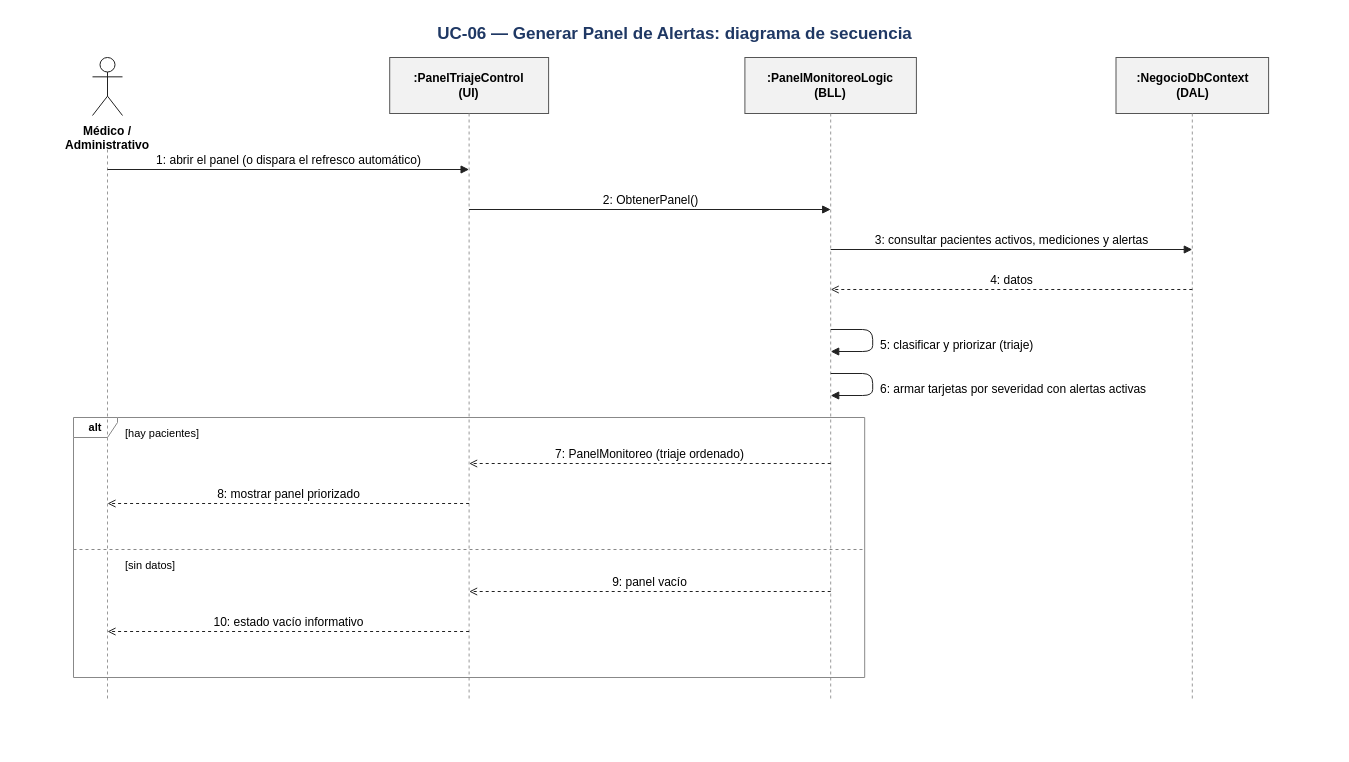
Above: Diagramas/UC-06/UC-06 - Secuencia.drawio in DanteSchlogl/OpenRIN-corregido (draw.io), before the change. Source tidied: cells renumbered, new cells numbered last; positions are measured from the earlier drawing's top-left corner, leaving out a move shared by most shapes. Both pictures are drawn from the tidied source at 100%, with x=0, y=0 at pixel (17, 17).
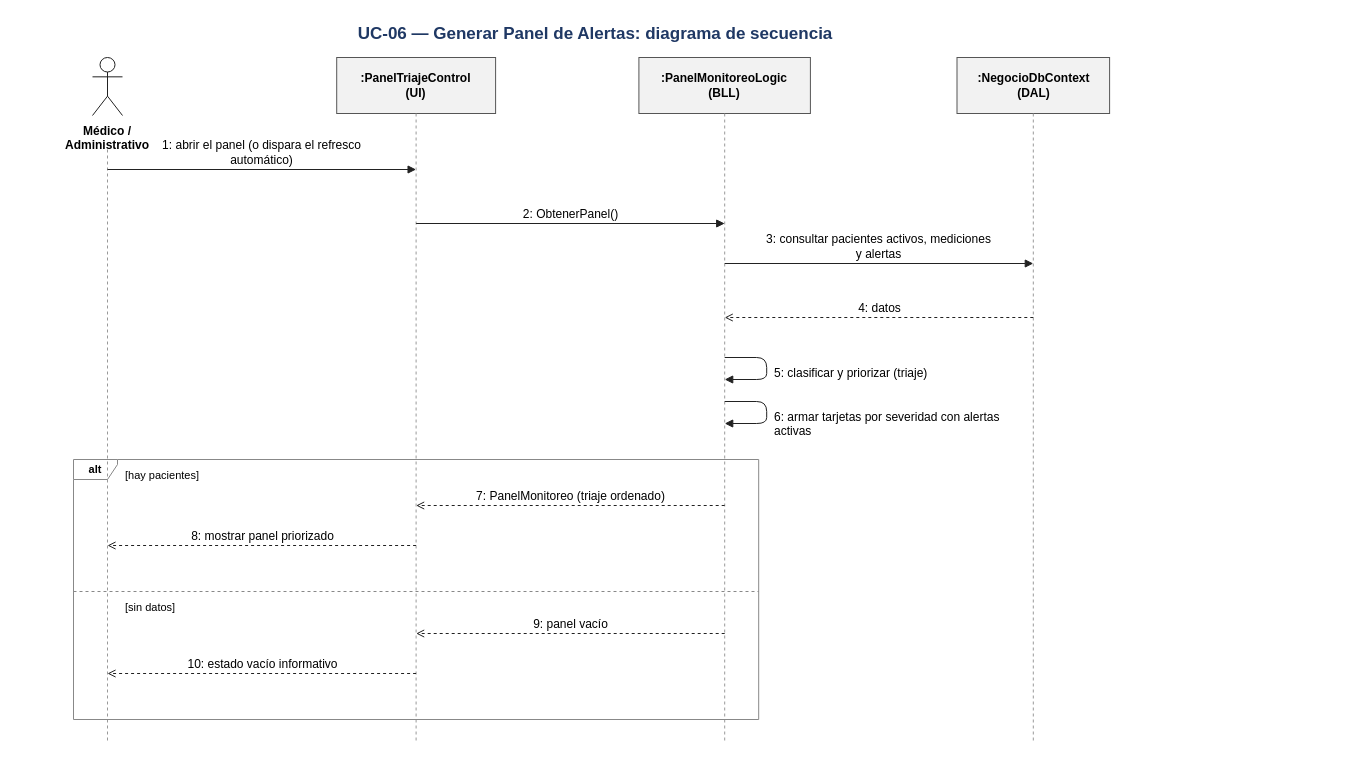
The same page after the edit.

Diff of the diagram source:
```diff
@@
     <mxCell id="2" value="UC-06 — Generar Panel de Alertas: diagrama de secuencia" style="text;html=1;strokeColor=none;fillColor=none;fontFamily=Arial;whiteSpace=nowrap;fontSize=17;fontStyle=1;fontColor=#1F3864;align=center;whiteSpace=wrap;" parent="1" vertex="1">
-      <mxGeometry width="1314.8" height="28" as="geometry" />
+      <mxGeometry width="1155.8" height="28" as="geometry" />
     </mxCell>
@@
     <mxCell id="5" style="endArrow=none;dashed=1;strokeColor=#999999;html=1;" parent="1" edge="1">
       <mxGeometry relative="1" as="geometry">
         <mxPoint x="90" y="132" as="sourcePoint" />
-        <mxPoint x="90" y="684" as="targetPoint" />
+        <mxPoint x="90" y="726" as="targetPoint" />
       </mxGeometry>
     </mxCell>
     <mxCell id="6" value=":PanelTriajeControl&lt;br/&gt;(UI)" style="rounded=0;whiteSpace=wrap;html=1;fillColor=#F2F2F2;strokeColor=#555555;fontFamily=Arial;fontSize=12;fontStyle=1;" parent="1" vertex="1">
-      <mxGeometry x="372.2" y="40" width="158.9" height="56" as="geometry" />
+      <mxGeometry x="319.2" y="40" width="158.9" height="56" as="geometry" />
     </mxCell>
     <mxCell id="7" style="endArrow=none;dashed=1;strokeColor=#999999;html=1;" parent="1" edge="1">
       <mxGeometry relative="1" as="geometry">
-        <mxPoint x="451.6" y="96" as="sourcePoint" />
-        <mxPoint x="451.6" y="684" as="targetPoint" />
+        <mxPoint x="398.6" y="96" as="sourcePoint" />
+        <mxPoint x="398.6" y="726" as="targetPoint" />
       </mxGeometry>
     </mxCell>
     <mxCell id="8" value=":PanelMonitoreoLogic&lt;br/&gt;(BLL)" style="rounded=0;whiteSpace=wrap;html=1;fillColor=#F2F2F2;strokeColor=#555555;fontFamily=Arial;fontSize=12;fontStyle=1;" parent="1" vertex="1">
-      <mxGeometry x="727.4" y="40" width="171.5" height="56" as="geometry" />
+      <mxGeometry x="621.4" y="40" width="171.5" height="56" as="geometry" />
     </mxCell>
     <mxCell id="9" style="endArrow=none;dashed=1;strokeColor=#999999;html=1;" parent="1" edge="1">
       <mxGeometry relative="1" as="geometry">
-        <mxPoint x="813.2" y="96" as="sourcePoint" />
-        <mxPoint x="813.2" y="684" as="targetPoint" />
+        <mxPoint x="707.2" y="96" as="sourcePoint" />
+        <mxPoint x="707.2" y="726" as="targetPoint" />
       </mxGeometry>
     </mxCell>
     <mxCell id="10" value=":NegocioDbContext&lt;br/&gt;(DAL)" style="rounded=0;whiteSpace=wrap;html=1;fillColor=#F2F2F2;strokeColor=#555555;fontFamily=Arial;fontSize=12;fontStyle=1;" parent="1" vertex="1">
-      <mxGeometry x="1098.5" y="40" width="152.6" height="56" as="geometry" />
+      <mxGeometry x="939.5" y="40" width="152.6" height="56" as="geometry" />
     </mxCell>
     <mxCell id="11" style="endArrow=none;dashed=1;strokeColor=#999999;html=1;" parent="1" edge="1">
       <mxGeometry relative="1" as="geometry">
-        <mxPoint x="1174.8" y="96" as="sourcePoint" />
-        <mxPoint x="1174.8" y="684" as="targetPoint" />
+        <mxPoint x="1015.8" y="96" as="sourcePoint" />
+        <mxPoint x="1015.8" y="726" as="targetPoint" />
       </mxGeometry>
     </mxCell>
-    <mxCell id="12" value="1: abrir el panel (o dispara el refresco automático)" style="html=1;edgeStyle=none;strokeColor=#222222;fontFamily=Arial;fontSize=12;verticalLabelPosition=top;verticalAlign=bottom;labelBackgroundColor=none;endArrow=block;endFill=1;" parent="1" edge="1">
+    <mxCell id="12" value="1: abrir el panel (o dispara el refresco&lt;br/&gt;automático)" style="html=1;edgeStyle=none;strokeColor=#222222;fontFamily=Arial;fontSize=12;verticalLabelPosition=top;verticalAlign=bottom;labelBackgroundColor=none;endArrow=block;endFill=1;" parent="1" edge="1">
       <mxGeometry relative="1" as="geometry">
         <mxPoint x="90" y="152" as="sourcePoint" />
-        <mxPoint x="451.6" y="152" as="targetPoint" />
+        <mxPoint x="398.6" y="152" as="targetPoint" />
       </mxGeometry>
     </mxCell>
     <mxCell id="13" value="2: ObtenerPanel()" style="html=1;edgeStyle=none;strokeColor=#222222;fontFamily=Arial;fontSize=12;verticalLabelPosition=top;verticalAlign=bottom;labelBackgroundColor=none;endArrow=block;endFill=1;" parent="1" edge="1">
       <mxGeometry relative="1" as="geometry">
-        <mxPoint x="451.6" y="192" as="sourcePoint" />
-        <mxPoint x="813.2" y="192" as="targetPoint" />
+        <mxPoint x="398.6" y="206" as="sourcePoint" />
+        <mxPoint x="707.2" y="206" as="targetPoint" />
       </mxGeometry>
     </mxCell>
-    <mxCell id="14" value="3: consultar pacientes activos, mediciones y alertas" style="html=1;edgeStyle=none;strokeColor=#222222;fontFamily=Arial;fontSize=12;verticalLabelPosition=top;verticalAlign=bottom;labelBackgroundColor=none;endArrow=block;endFill=1;" parent="1" edge="1">
+    <mxCell id="14" value="3: consultar pacientes activos, mediciones&lt;br/&gt;y alertas" style="html=1;edgeStyle=none;strokeColor=#222222;fontFamily=Arial;fontSize=12;verticalLabelPosition=top;verticalAlign=bottom;labelBackgroundColor=none;endArrow=block;endFill=1;" parent="1" edge="1">
       <mxGeometry relative="1" as="geometry">
-        <mxPoint x="813.2" y="232" as="sourcePoint" />
-        <mxPoint x="1174.8" y="232" as="targetPoint" />
+        <mxPoint x="707.2" y="246" as="sourcePoint" />
+        <mxPoint x="1015.8" y="246" as="targetPoint" />
       </mxGeometry>
     </mxCell>
     <mxCell id="15" value="4: datos" style="html=1;edgeStyle=none;strokeColor=#222222;fontFamily=Arial;fontSize=12;verticalLabelPosition=top;verticalAlign=bottom;labelBackgroundColor=none;endArrow=open;endFill=0;dashed=1;" parent="1" edge="1">
       <mxGeometry relative="1" as="geometry">
-        <mxPoint x="1174.8" y="272" as="sourcePoint" />
-        <mxPoint x="813.2" y="272" as="targetPoint" />
+        <mxPoint x="1015.8" y="300" as="sourcePoint" />
+        <mxPoint x="707.2" y="300" as="targetPoint" />
       </mxGeometry>
     </mxCell>
     <mxCell id="16" style="endArrow=block;endFill=1;html=1;edgeStyle=none;strokeColor=#222222;" parent="1" edge="1">
       <mxGeometry relative="1" as="geometry">
-        <mxPoint x="813.2" y="312" as="sourcePoint" />
-        <mxPoint x="813.2" y="334" as="targetPoint" />
+        <mxPoint x="707.2" y="340" as="sourcePoint" />
+        <mxPoint x="707.2" y="362" as="targetPoint" />
         <Array as="points">
-          <mxPoint x="855.2" y="312" />
-          <mxPoint x="855.2" y="334" />
+          <mxPoint x="749.2" y="340" />
+          <mxPoint x="749.2" y="362" />
         </Array>
       </mxGeometry>
     </mxCell>
     <mxCell id="17" value="5: clasificar y priorizar (triaje)" style="text;html=1;strokeColor=none;fillColor=none;fontFamily=Arial;whiteSpace=nowrap;fontSize=12;align=left;" parent="1" vertex="1">
-      <mxGeometry x="861.2" y="314" width="228.2" height="18" as="geometry" />
+      <mxGeometry x="755.2" y="342" width="280" height="18" as="geometry" />
     </mxCell>
     <mxCell id="18" style="endArrow=block;endFill=1;html=1;edgeStyle=none;strokeColor=#222222;" parent="1" edge="1">
       <mxGeometry relative="1" as="geometry">
-        <mxPoint x="813.2" y="356" as="sourcePoint" />
-        <mxPoint x="813.2" y="378" as="targetPoint" />
+        <mxPoint x="707.2" y="384" as="sourcePoint" />
+        <mxPoint x="707.2" y="406" as="targetPoint" />
         <Array as="points">
-          <mxPoint x="855.2" y="356" />
-          <mxPoint x="855.2" y="378" />
+          <mxPoint x="749.2" y="384" />
+          <mxPoint x="749.2" y="406" />
         </Array>
       </mxGeometry>
     </mxCell>
-    <mxCell id="19" value="6: armar tarjetas por severidad con alertas activas" style="text;html=1;strokeColor=none;fillColor=none;fontFamily=Arial;whiteSpace=nowrap;fontSize=12;align=left;" parent="1" vertex="1">
-      <mxGeometry x="861.2" y="358" width="335.3" height="18" as="geometry" />
+    <mxCell id="19" value="6: armar tarjetas por severidad con alertas&lt;br/&gt;activas" style="text;html=1;strokeColor=none;fillColor=none;fontFamily=Arial;whiteSpace=nowrap;fontSize=12;align=left;" parent="1" vertex="1">
+      <mxGeometry x="755.2" y="386" width="280" height="32" as="geometry" />
     </mxCell>
     <mxCell id="20" value="7: PanelMonitoreo (triaje ordenado)" style="html=1;edgeStyle=none;strokeColor=#222222;fontFamily=Arial;fontSize=12;verticalLabelPosition=top;verticalAlign=bottom;labelBackgroundColor=none;endArrow=open;endFill=0;dashed=1;" parent="1" edge="1">
       <mxGeometry relative="1" as="geometry">
-        <mxPoint x="813.2" y="446" as="sourcePoint" />
-        <mxPoint x="451.6" y="446" as="targetPoint" />
+        <mxPoint x="707.2" y="488" as="sourcePoint" />
+        <mxPoint x="398.6" y="488" as="targetPoint" />
       </mxGeometry>
     </mxCell>
     <mxCell id="21" value="8: mostrar panel priorizado" style="html=1;edgeStyle=none;strokeColor=#222222;fontFamily=Arial;fontSize=12;verticalLabelPosition=top;verticalAlign=bottom;labelBackgroundColor=none;endArrow=open;endFill=0;dashed=1;" parent="1" edge="1">
       <mxGeometry relative="1" as="geometry">
-        <mxPoint x="451.6" y="486" as="sourcePoint" />
-        <mxPoint x="90" y="486" as="targetPoint" />
+        <mxPoint x="398.6" y="528" as="sourcePoint" />
+        <mxPoint x="90" y="528" as="targetPoint" />
       </mxGeometry>
     </mxCell>
     <mxCell id="22" value="9: panel vacío" style="html=1;edgeStyle=none;strokeColor=#222222;fontFamily=Arial;fontSize=12;verticalLabelPosition=top;verticalAlign=bottom;labelBackgroundColor=none;endArrow=open;endFill=0;dashed=1;" parent="1" edge="1">
       <mxGeometry relative="1" as="geometry">
-        <mxPoint x="813.2" y="574" as="sourcePoint" />
-        <mxPoint x="451.6" y="574" as="targetPoint" />
+        <mxPoint x="707.2" y="616" as="sourcePoint" />
+        <mxPoint x="398.6" y="616" as="targetPoint" />
       </mxGeometry>
     </mxCell>
     <mxCell id="23" value="10: estado vacío informativo" style="html=1;edgeStyle=none;strokeColor=#222222;fontFamily=Arial;fontSize=12;verticalLabelPosition=top;verticalAlign=bottom;labelBackgroundColor=none;endArrow=open;endFill=0;dashed=1;" parent="1" edge="1">
       <mxGeometry relative="1" as="geometry">
-        <mxPoint x="451.6" y="614" as="sourcePoint" />
-        <mxPoint x="90" y="614" as="targetPoint" />
+        <mxPoint x="398.6" y="656" as="sourcePoint" />
+        <mxPoint x="90" y="656" as="targetPoint" />
       </mxGeometry>
     </mxCell>
     <mxCell id="24" value="alt" style="shape=umlFrame;whiteSpace=wrap;html=1;width=44;height=20;fillColor=none;strokeColor=#888888;fontFamily=Arial;fontSize=11;fontStyle=1;" parent="1" vertex="1">
-      <mxGeometry x="56" y="400" width="791.2" height="260" as="geometry" />
+      <mxGeometry x="56" y="442" width="685.2" height="260" as="geometry" />
     </mxCell>
     <mxCell id="25" value="[hay pacientes]" style="text;html=1;strokeColor=none;fillColor=none;fontFamily=Arial;whiteSpace=nowrap;fontSize=11;align=left;" parent="1" vertex="1">
-      <mxGeometry x="106" y="403" width="115.9" height="18" as="geometry" />
+      <mxGeometry x="106" y="445" width="115.9" height="18" as="geometry" />
     </mxCell>
     <mxCell id="26" style="endArrow=none;dashed=1;strokeColor=#888888;html=1;" parent="1" edge="1">
       <mxGeometry relative="1" as="geometry">
-        <mxPoint x="56" y="532" as="sourcePoint" />
-        <mxPoint x="847.2" y="532" as="targetPoint" />
+        <mxPoint x="56" y="574" as="sourcePoint" />
+        <mxPoint x="741.2" y="574" as="targetPoint" />
       </mxGeometry>
     </mxCell>
     <mxCell id="27" value="[sin datos]" style="text;html=1;strokeColor=none;fillColor=none;fontFamily=Arial;whiteSpace=nowrap;fontSize=11;align=left;" parent="1" vertex="1">
-      <mxGeometry x="106" y="535" width="90.7" height="18" as="geometry" />
+      <mxGeometry x="106" y="577" width="90.7" height="18" as="geometry" />
     </mxCell>
```
